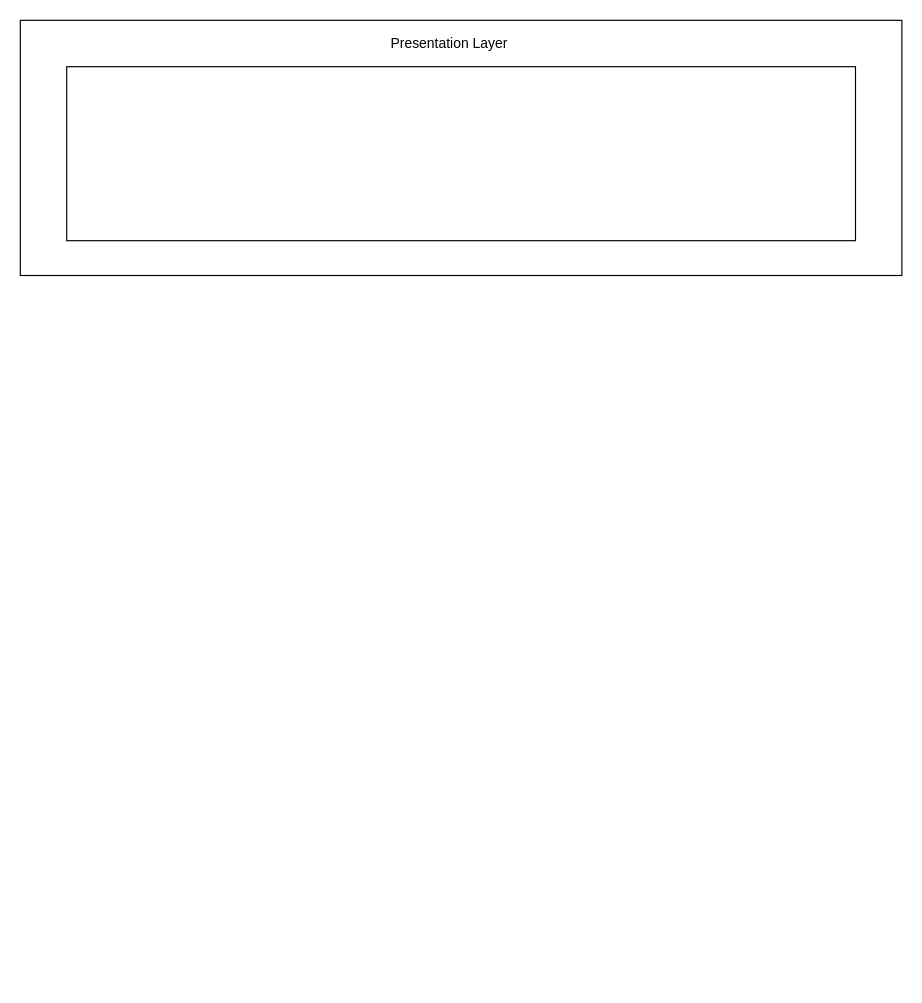
dikshyarai10/CHM keeps this draw.io diagram as systemarchitecturebinam.drawio. Above is the earlier version. Source tidied: cells renumbered, new cells numbered last; positions are measured from the earlier drawing's top-left corner, leaving out a move shared by most shapes. Both pictures are drawn from the tidied source at 116%, with x=0, y=0 at pixel (20, 20).
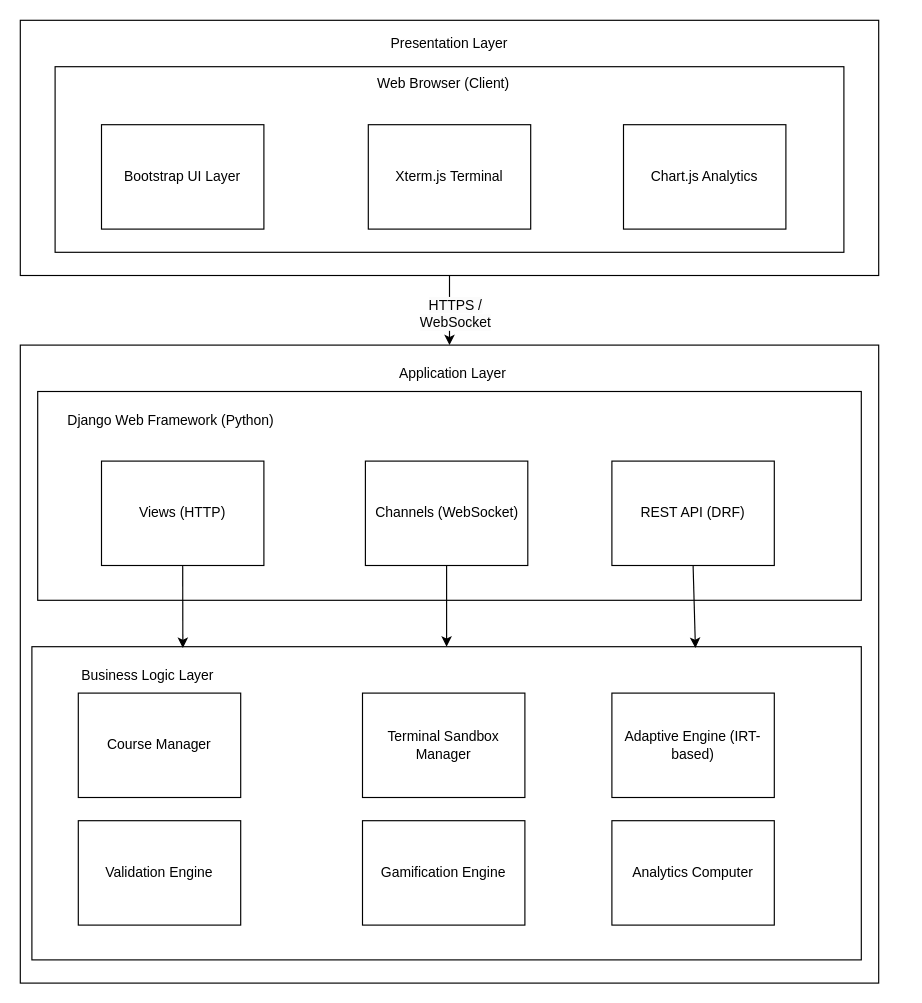
After the change.

What changed in the source:
```diff
@@
     <mxCell id="2" style="rounded=0;whiteSpace=wrap;html=1;" parent="1" vertex="1">
-      <mxGeometry width="760" height="220" as="geometry" />
+      <mxGeometry width="740" height="220" as="geometry" />
     </mxCell>
@@
     <mxCell id="4" style="rounded=0;whiteSpace=wrap;html=1;" parent="1" vertex="1">
-      <mxGeometry x="40" y="40" width="680" height="150" as="geometry" />
+      <mxGeometry x="30" y="40" width="680" height="160" as="geometry" />
     </mxCell>
+    <mxCell id="5" value="Web Browser (Client)" style="text;html=1;align=center;verticalAlign=middle;whiteSpace=wrap;rounded=0;" parent="1" vertex="1">
+      <mxGeometry x="260" y="40" width="210" height="30" as="geometry" />
+    </mxCell>
+    <mxCell id="6" value="Bootstrap UI Layer" style="rounded=0;whiteSpace=wrap;html=1;" parent="1" vertex="1">
+      <mxGeometry x="70" y="90" width="140" height="90" as="geometry" />
+    </mxCell>
+    <mxCell id="7" value="Xterm.js Terminal" style="rounded=0;whiteSpace=wrap;html=1;" parent="1" vertex="1">
+      <mxGeometry x="300" y="90" width="140" height="90" as="geometry" />
+    </mxCell>
+    <mxCell id="8" value="Chart.js Analytics" style="rounded=0;whiteSpace=wrap;html=1;" parent="1" vertex="1">
+      <mxGeometry x="520" y="90" width="140" height="90" as="geometry" />
+    </mxCell>
+    <mxCell id="9" style="rounded=0;whiteSpace=wrap;html=1;" parent="1" vertex="1">
+      <mxGeometry y="280" width="740" height="550" as="geometry" />
+    </mxCell>
+    <mxCell id="10" style="rounded=0;whiteSpace=wrap;html=1;" parent="1" vertex="1">
+      <mxGeometry x="15" y="320" width="710" height="180" as="geometry" />
+    </mxCell>
+    <mxCell id="11" style="rounded=0;whiteSpace=wrap;html=1;" parent="1" vertex="1">
+      <mxGeometry x="10" y="540" width="715" height="270" as="geometry" />
+    </mxCell>
+    <mxCell id="12" style="endArrow=classic;html=1;rounded=0;exitX=0.5;exitY=1;exitDx=0;exitDy=0;" parent="1" edge="1" source="2" target="9">
+      <mxGeometry relative="1" as="geometry" />
+    </mxCell>
+    <mxCell id="13" value="&lt;span style=&quot;font-size: 12px; text-wrap-mode: wrap; background-color: rgb(251, 251, 251);&quot;&gt;HTTPS / WebSocket&lt;/span&gt;" style="edgeLabel;html=1;align=center;verticalAlign=middle;" parent="12" vertex="1">
+      <mxGeometry x="0.07" y="4" relative="1" as="geometry" />
+    </mxCell>
+    <mxCell id="14" value="Application Layer" style="text;html=1;align=center;verticalAlign=middle;whiteSpace=wrap;rounded=0;" parent="1" vertex="1">
+      <mxGeometry x="287.5" y="300" width="170" height="10" as="geometry" />
+    </mxCell>
+    <mxCell id="15" value="Django Web Framework (Python)" style="text;html=1;align=center;verticalAlign=middle;whiteSpace=wrap;rounded=0;" parent="1" vertex="1">
+      <mxGeometry x="40" y="340" width="180" height="10" as="geometry" />
+    </mxCell>
+    <mxCell id="16" value="Views (HTTP)" style="rounded=0;whiteSpace=wrap;html=1;" parent="1" vertex="1">
+      <mxGeometry x="70" y="380" width="140" height="90" as="geometry" />
+    </mxCell>
+    <mxCell id="17" value="Channels (WebSocket)" style="rounded=0;whiteSpace=wrap;html=1;" parent="1" vertex="1">
+      <mxGeometry x="297.5" y="380" width="140" height="90" as="geometry" />
+    </mxCell>
+    <mxCell id="18" value="REST API (DRF)" style="rounded=0;whiteSpace=wrap;html=1;" parent="1" vertex="1">
+      <mxGeometry x="510" y="380" width="140" height="90" as="geometry" />
+    </mxCell>
+    <mxCell id="19" value="Business Logic Layer" style="text;html=1;align=center;verticalAlign=middle;whiteSpace=wrap;rounded=0;" parent="1" vertex="1">
+      <mxGeometry x="40" y="550" width="140" height="30" as="geometry" />
+    </mxCell>
+    <mxCell id="20" value="Course Manager" style="rounded=0;whiteSpace=wrap;html=1;" parent="1" vertex="1">
+      <mxGeometry x="50" y="580" width="140" height="90" as="geometry" />
+    </mxCell>
+    <mxCell id="21" value="Terminal Sandbox Manager" style="rounded=0;whiteSpace=wrap;html=1;" parent="1" vertex="1">
+      <mxGeometry x="295" y="580" width="140" height="90" as="geometry" />
+    </mxCell>
+    <mxCell id="22" value="Adaptive Engine (IRT- based)" style="rounded=0;whiteSpace=wrap;html=1;" parent="1" vertex="1">
+      <mxGeometry x="510" y="580" width="140" height="90" as="geometry" />
+    </mxCell>
+    <mxCell id="23" value="Validation Engine" style="rounded=0;whiteSpace=wrap;html=1;" parent="1" vertex="1">
+      <mxGeometry x="50" y="690" width="140" height="90" as="geometry" />
+    </mxCell>
+    <mxCell id="24" value="Gamification Engine" style="rounded=0;whiteSpace=wrap;html=1;" parent="1" vertex="1">
+      <mxGeometry x="295" y="690" width="140" height="90" as="geometry" />
+    </mxCell>
+    <mxCell id="25" value="Analytics Computer" style="rounded=0;whiteSpace=wrap;html=1;" parent="1" vertex="1">
+      <mxGeometry x="510" y="690" width="140" height="90" as="geometry" />
+    </mxCell>
+    <mxCell id="26" style="endArrow=classic;html=1;rounded=0;exitX=0.5;exitY=1;exitDx=0;exitDy=0;entryX=0.182;entryY=0.004;entryDx=0;entryDy=0;entryPerimeter=0;" parent="1" edge="1" source="16" target="11">
+      <mxGeometry relative="1" as="geometry" />
+    </mxCell>
+    <mxCell id="27" style="endArrow=classic;html=1;rounded=0;entryX=0.8;entryY=0.004;entryDx=0;entryDy=0;entryPerimeter=0;exitX=0.5;exitY=1;exitDx=0;exitDy=0;" parent="1" edge="1" source="18" target="11">
+      <mxGeometry relative="1" as="geometry" />
+    </mxCell>
+    <mxCell id="28" style="endArrow=classic;html=1;rounded=0;entryX=0.5;entryY=0;entryDx=0;entryDy=0;exitX=0.5;exitY=1;exitDx=0;exitDy=0;" parent="1" edge="1" source="17" target="11">
+      <mxGeometry relative="1" as="geometry" />
+    </mxCell>
```
